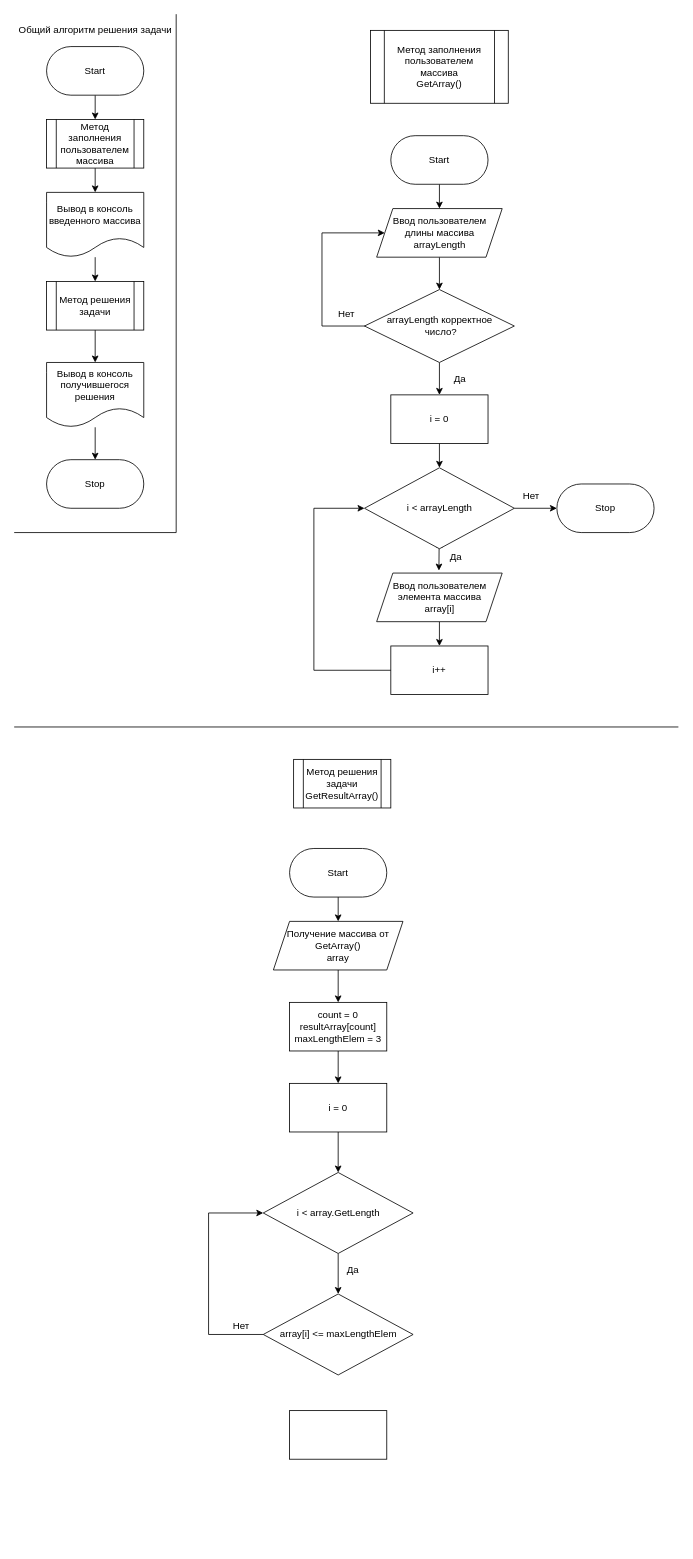
Before: Algorithm.drawio in SelishchevDF/kurs1, a draw.io diagram. Source tidied: cells renumbered, new cells numbered last; positions are measured from the earlier drawing's top-left corner, leaving out a move shared by most shapes. Both pictures are drawn from the tidied source at 81%, with x=0, y=0 at pixel (14, 14).
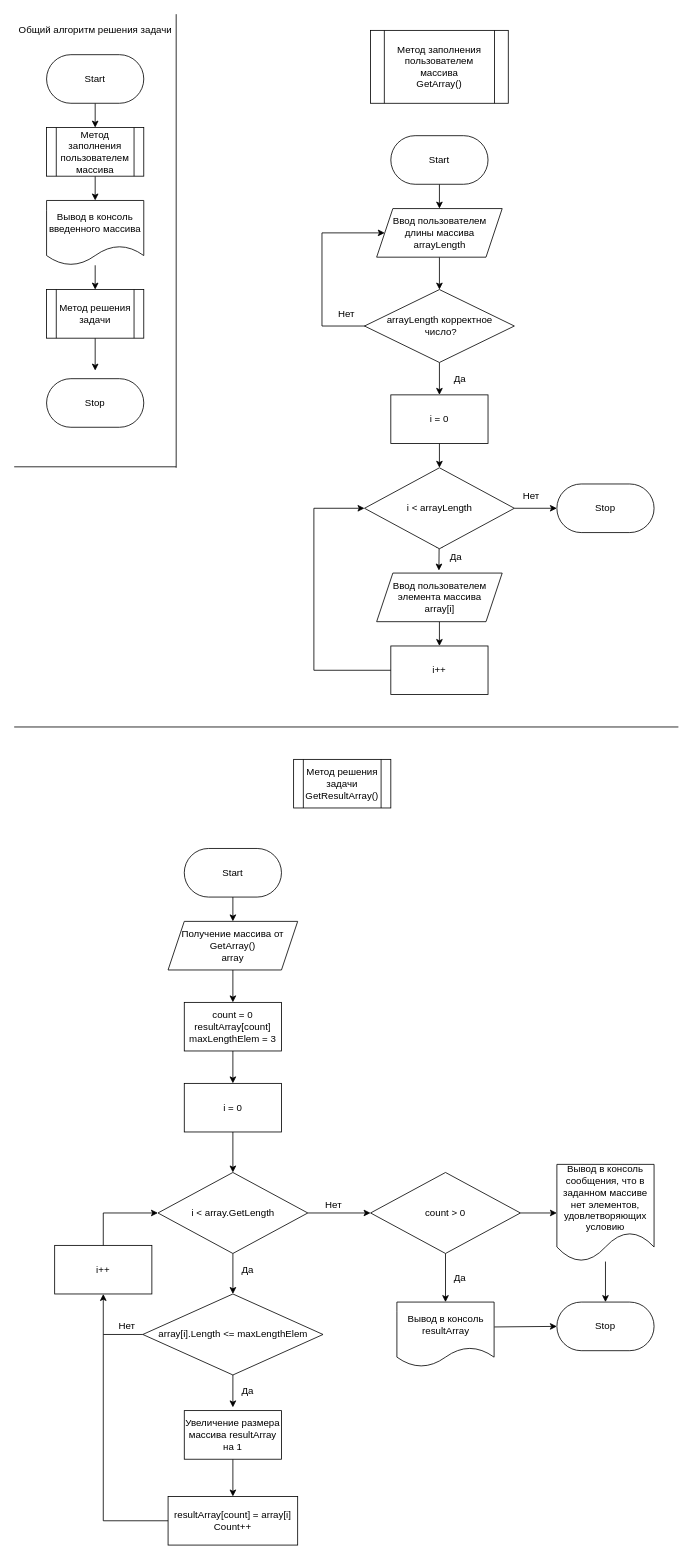
Above is the later version.

Change to the diagram source:
```diff
@@
     <mxCell id="2" style="edgeStyle=none;html=1;exitX=0.5;exitY=1;exitDx=0;exitDy=0;entryX=0.5;entryY=0;entryDx=0;entryDy=0;" parent="1" edge="1" source="3">
       <mxGeometry relative="1" as="geometry">
-        <mxPoint x="100" y="130" as="targetPoint" />
+        <mxPoint x="100" y="140" as="targetPoint" />
       </mxGeometry>
     </mxCell>
     <mxCell id="3" value="Start" style="rounded=1;whiteSpace=wrap;html=1;arcSize=50;" parent="1" vertex="1">
-      <mxGeometry x="40" y="40" width="120" height="60" as="geometry" />
+      <mxGeometry x="40" y="50" width="120" height="60" as="geometry" />
     </mxCell>
     <mxCell id="4" style="edgeStyle=none;html=1;entryX=0.5;entryY=0;entryDx=0;entryDy=0;" parent="1" edge="1" target="6">
       <mxGeometry relative="1" as="geometry">
-        <mxPoint x="100" y="190" as="sourcePoint" />
+        <mxPoint x="100" y="200" as="sourcePoint" />
       </mxGeometry>
     </mxCell>
@@
     <mxCell id="6" value="Вывод в консоль введенного массива" style="shape=document;whiteSpace=wrap;html=1;boundedLbl=1;" parent="1" vertex="1">
-      <mxGeometry x="40" y="220" width="120" height="80" as="geometry" />
+      <mxGeometry x="40" y="230" width="120" height="80" as="geometry" />
     </mxCell>
-    <mxCell id="7" style="edgeStyle=none;html=1;entryX=0.5;entryY=0;entryDx=0;entryDy=0;" parent="1" edge="1" source="8" target="10">
-      <mxGeometry relative="1" as="geometry" />
+    <mxCell id="7" style="edgeStyle=none;html=1;entryX=0.5;entryY=0;entryDx=0;entryDy=0;" parent="1" edge="1" source="8">
+      <mxGeometry relative="1" as="geometry">
+        <mxPoint x="100" y="440" as="targetPoint" />
+      </mxGeometry>
     </mxCell>
     <mxCell id="8" value="Метод решения&lt;br&gt;задачи" style="shape=process;whiteSpace=wrap;html=1;backgroundOutline=1;" parent="1" vertex="1">
-      <mxGeometry x="40" y="330" width="120" height="60" as="geometry" />
+      <mxGeometry x="40" y="340" width="120" height="60" as="geometry" />
     </mxCell>
-    <mxCell id="9" style="edgeStyle=none;html=1;entryX=0.5;entryY=0;entryDx=0;entryDy=0;" parent="1" edge="1" source="10" target="11">
-      <mxGeometry relative="1" as="geometry" />
-    </mxCell>
-    <mxCell id="10" value="Вывод в консоль получившегося решения" style="shape=document;whiteSpace=wrap;html=1;boundedLbl=1;" parent="1" vertex="1">
-      <mxGeometry x="40" y="430" width="120" height="80" as="geometry" />
-    </mxCell>
     <mxCell id="11" value="Stop" style="rounded=1;whiteSpace=wrap;html=1;arcSize=50;" parent="1" vertex="1">
-      <mxGeometry x="40" y="550" width="120" height="60" as="geometry" />
+      <mxGeometry x="40" y="450" width="120" height="60" as="geometry" />
     </mxCell>
     <mxCell id="12" style="endArrow=none;html=1;" parent="1" edge="1">
       <mxGeometry relative="1" as="geometry">
-        <mxPoint x="200" y="640" as="sourcePoint" />
+        <mxPoint x="200" y="560" as="sourcePoint" />
         <mxPoint x="200" as="targetPoint" />
       </mxGeometry>
     </mxCell>
     <mxCell id="13" style="endArrow=none;html=1;" parent="1" edge="1">
       <mxGeometry relative="1" as="geometry">
-        <mxPoint y="640" as="sourcePoint" />
-        <mxPoint x="200" y="640" as="targetPoint" />
+        <mxPoint y="558.8" as="sourcePoint" />
+        <mxPoint x="200" y="558.8" as="targetPoint" />
       </mxGeometry>
     </mxCell>
@@
     <mxCell id="16" value="Метод заполнения пользователем массива" style="shape=process;whiteSpace=wrap;html=1;backgroundOutline=1;" parent="1" vertex="1">
-      <mxGeometry x="40" y="130" width="120" height="60" as="geometry" />
+      <mxGeometry x="40" y="140" width="120" height="60" as="geometry" />
     </mxCell>
@@
     <mxCell id="46" value="Получение массива от GetArray()&lt;br&gt;array" style="shape=parallelogram;perimeter=parallelogramPerimeter;whiteSpace=wrap;html=1;fixedSize=1;" parent="1" vertex="1">
-      <mxGeometry x="320" y="1120" width="160" height="60" as="geometry" />
+      <mxGeometry x="190" y="1120" width="160" height="60" as="geometry" />
     </mxCell>
@@
     <mxCell id="48" value="Start" style="rounded=1;whiteSpace=wrap;html=1;arcSize=50;" parent="1" vertex="1">
-      <mxGeometry x="340" y="1030" width="120" height="60" as="geometry" />
+      <mxGeometry x="210" y="1030" width="120" height="60" as="geometry" />
     </mxCell>
@@
     <mxCell id="50" value="count = 0&lt;br&gt;resultArray[count]&lt;br&gt;maxLengthElem = 3" style="rounded=0;whiteSpace=wrap;html=1;" parent="1" vertex="1">
-      <mxGeometry x="340" y="1220" width="120" height="60" as="geometry" />
+      <mxGeometry x="210" y="1220" width="120" height="60" as="geometry" />
     </mxCell>
@@
     <mxCell id="52" value="i = 0" style="rounded=0;whiteSpace=wrap;html=1;" parent="1" vertex="1">
-      <mxGeometry x="340" y="1320" width="120" height="60" as="geometry" />
+      <mxGeometry x="210" y="1320" width="120" height="60" as="geometry" />
     </mxCell>
@@
+    <mxCell id="62" style="edgeStyle=none;html=1;entryX=0;entryY=0.5;entryDx=0;entryDy=0;" parent="1" edge="1" source="54" target="74">
+      <mxGeometry relative="1" as="geometry" />
+    </mxCell>
     <mxCell id="54" value="i &amp;lt; array.GetLength" style="rhombus;whiteSpace=wrap;html=1;" parent="1" vertex="1">
-      <mxGeometry x="307.5" y="1430" width="185" height="100" as="geometry" />
+      <mxGeometry x="177.5" y="1430" width="185" height="100" as="geometry" />
     </mxCell>
     <mxCell id="55" style="edgeStyle=none;html=1;entryX=0;entryY=0.5;entryDx=0;entryDy=0;" parent="1" edge="1" target="54">
       <mxGeometry relative="1" as="geometry">
-        <mxPoint x="240" y="1480" as="sourcePoint" />
+        <mxPoint x="110" y="1480" as="sourcePoint" />
       </mxGeometry>
     </mxCell>
+    <mxCell id="63" style="edgeStyle=none;html=1;" parent="1" edge="1" source="56">
+      <mxGeometry relative="1" as="geometry">
+        <mxPoint x="270" y="1720" as="targetPoint" />
+      </mxGeometry>
+    </mxCell>
-    <mxCell id="56" value="array[i] &amp;lt;= maxLengthElem" style="rhombus;whiteSpace=wrap;html=1;" parent="1" vertex="1">
-      <mxGeometry x="307.5" y="1580" width="185" height="100" as="geometry" />
+    <mxCell id="56" value="array[i].Length &amp;lt;= maxLengthElem" style="rhombus;whiteSpace=wrap;html=1;" parent="1" vertex="1">
+      <mxGeometry x="158.8" y="1580" width="222.5" height="100" as="geometry" />
     </mxCell>
     <mxCell id="57" value="Да" style="text;html=1;align=center;verticalAlign=middle;strokeColor=none;fillColor=none;" parent="1" vertex="1">
-      <mxGeometry x="402.5" y="1540" width="30" height="20" as="geometry" />
+      <mxGeometry x="272.5" y="1540" width="30" height="20" as="geometry" />
     </mxCell>
-    <mxCell id="58" style="endArrow=none;html=1;" parent="1" edge="1">
-      <mxGeometry relative="1" as="geometry">
-        <mxPoint x="240" y="1480" as="sourcePoint" />
-        <mxPoint x="240" y="1630" as="targetPoint" />
-      </mxGeometry>
-    </mxCell>
     <mxCell id="59" style="endArrow=none;html=1;entryX=0;entryY=0.5;entryDx=0;entryDy=0;" parent="1" edge="1" target="56">
       <mxGeometry relative="1" as="geometry">
-        <mxPoint x="240" y="1630" as="sourcePoint" />
+        <mxPoint x="110" y="1630" as="sourcePoint" />
       </mxGeometry>
     </mxCell>
     <mxCell id="60" value="Нет" style="text;html=1;align=center;verticalAlign=middle;strokeColor=none;fillColor=none;" parent="1" vertex="1">
-      <mxGeometry x="260" y="1610" width="40" height="20" as="geometry" />
+      <mxGeometry x="118.8" y="1610" width="40" height="20" as="geometry" />
     </mxCell>
+    <mxCell id="64" style="edgeStyle=none;html=1;entryX=0.5;entryY=0;entryDx=0;entryDy=0;" parent="1" edge="1" source="61" target="66">
+      <mxGeometry relative="1" as="geometry" />
+    </mxCell>
-    <mxCell id="61" style="rounded=0;whiteSpace=wrap;html=1;" parent="1" vertex="1">
-      <mxGeometry x="340" y="1724" width="120" height="60" as="geometry" />
+    <mxCell id="61" value="Увеличение размера массива resultArray на 1" style="rounded=0;whiteSpace=wrap;html=1;" parent="1" vertex="1">
+      <mxGeometry x="210" y="1724" width="120" height="60" as="geometry" />
     </mxCell>
+    <mxCell id="65" value="Да" style="text;html=1;align=center;verticalAlign=middle;strokeColor=none;fillColor=none;" parent="1" vertex="1">
+      <mxGeometry x="272.5" y="1690" width="30" height="20" as="geometry" />
+    </mxCell>
+    <mxCell id="66" value="resultArray[count] = array[i]&lt;br&gt;Сount++" style="rounded=0;whiteSpace=wrap;html=1;" parent="1" vertex="1">
+      <mxGeometry x="190" y="1830" width="160" height="60" as="geometry" />
+    </mxCell>
+    <mxCell id="67" value="i++" style="rounded=0;whiteSpace=wrap;html=1;" parent="1" vertex="1">
+      <mxGeometry x="50" y="1520" width="120" height="60" as="geometry" />
+    </mxCell>
+    <mxCell id="68" style="endArrow=classic;html=1;entryX=0.5;entryY=1;entryDx=0;entryDy=0;" parent="1" edge="1" target="67">
+      <mxGeometry relative="1" as="geometry">
+        <mxPoint x="110" y="1630" as="sourcePoint" />
+      </mxGeometry>
+    </mxCell>
+    <mxCell id="69" style="endArrow=none;html=1;exitX=0.5;exitY=0;exitDx=0;exitDy=0;" parent="1" edge="1" source="67">
+      <mxGeometry relative="1" as="geometry">
+        <mxPoint x="110" y="1480" as="targetPoint" />
+      </mxGeometry>
+    </mxCell>
+    <mxCell id="70" style="endArrow=none;html=1;exitX=0;exitY=0.5;exitDx=0;exitDy=0;" parent="1" edge="1" source="66">
+      <mxGeometry relative="1" as="geometry">
+        <mxPoint x="110" y="1860" as="targetPoint" />
+      </mxGeometry>
+    </mxCell>
+    <mxCell id="71" style="endArrow=none;html=1;" parent="1" edge="1">
+      <mxGeometry relative="1" as="geometry">
+        <mxPoint x="110" y="1860" as="sourcePoint" />
+        <mxPoint x="110" y="1630" as="targetPoint" />
+      </mxGeometry>
+    </mxCell>
+    <mxCell id="72" style="edgeStyle=none;html=1;entryX=0.5;entryY=0;entryDx=0;entryDy=0;" parent="1" edge="1" source="74" target="77">
+      <mxGeometry relative="1" as="geometry" />
+    </mxCell>
+    <mxCell id="73" style="edgeStyle=none;html=1;entryX=0;entryY=0.5;entryDx=0;entryDy=0;" parent="1" edge="1" source="74" target="80">
+      <mxGeometry relative="1" as="geometry" />
+    </mxCell>
+    <mxCell id="74" value="count &amp;gt; 0" style="rhombus;whiteSpace=wrap;html=1;" parent="1" vertex="1">
+      <mxGeometry x="440" y="1430" width="185" height="100" as="geometry" />
+    </mxCell>
+    <mxCell id="75" value="Нет" style="text;html=1;align=center;verticalAlign=middle;strokeColor=none;fillColor=none;" parent="1" vertex="1">
+      <mxGeometry x="374" y="1460" width="40" height="20" as="geometry" />
+    </mxCell>
+    <mxCell id="76" style="edgeStyle=none;html=1;entryX=0;entryY=0.5;entryDx=0;entryDy=0;exitX=1.002;exitY=0.384;exitDx=0;exitDy=0;exitPerimeter=0;" parent="1" edge="1" source="77" target="81">
+      <mxGeometry relative="1" as="geometry" />
+    </mxCell>
+    <mxCell id="77" value="Вывод в консоль&lt;br&gt;resultArray" style="shape=document;whiteSpace=wrap;html=1;boundedLbl=1;" parent="1" vertex="1">
+      <mxGeometry x="472.5" y="1590" width="120" height="80" as="geometry" />
+    </mxCell>
+    <mxCell id="78" value="Да" style="text;html=1;align=center;verticalAlign=middle;strokeColor=none;fillColor=none;" parent="1" vertex="1">
+      <mxGeometry x="535" y="1550" width="30" height="20" as="geometry" />
+    </mxCell>
+    <mxCell id="79" style="edgeStyle=none;html=1;entryX=0.5;entryY=0;entryDx=0;entryDy=0;" parent="1" edge="1" source="80" target="81">
+      <mxGeometry relative="1" as="geometry" />
+    </mxCell>
+    <mxCell id="80" value="Вывод в консоль&lt;br&gt;сообщения, что в заданном массиве&lt;br&gt;нет элементов, удовлетворяющих условию" style="shape=document;whiteSpace=wrap;html=1;boundedLbl=1;" parent="1" vertex="1">
+      <mxGeometry x="670" y="1420" width="120" height="120" as="geometry" />
+    </mxCell>
+    <mxCell id="81" value="Stop" style="rounded=1;whiteSpace=wrap;html=1;arcSize=50;" parent="1" vertex="1">
+      <mxGeometry x="670" y="1590" width="120" height="60" as="geometry" />
+    </mxCell>
```
